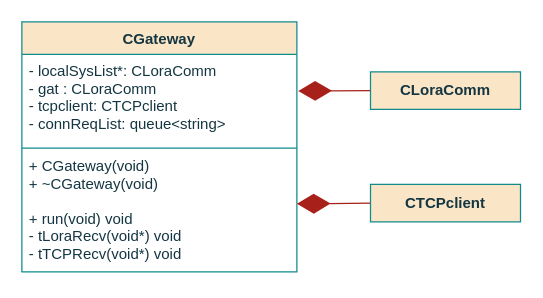
Earlier version of the draw.io diagram page "class" (1 of 5) of documentation/flowcharts/Gateway/CGateway.drawio (ESRGgroup9/slipad). Source tidied: cells renumbered, new cells numbered last; positions are measured from the earlier drawing's top-left corner, leaving out a move shared by most shapes. Both pictures are drawn from the tidied source at 125%, with x=0, y=0 at pixel (21, 21).
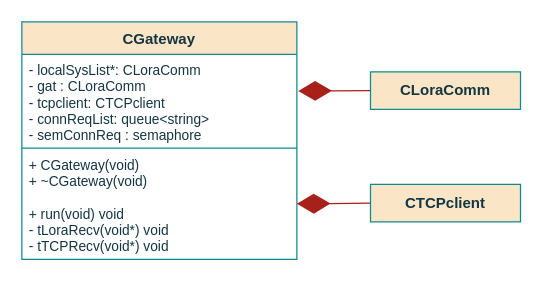
The same diagram, later.

What changed in the source:
```diff
@@
 <mxGraphModel>
   <root>
     <mxCell id="0" />
     <mxCell id="1" parent="0" />
     <mxCell id="2" value="CGateway" style="swimlane;fontStyle=1;align=center;verticalAlign=top;horizontal=1;startSize=26;fillColor=#FAE5C7;strokeColor=#0F8B8D;fontColor=#143642;" parent="1" vertex="1">
-      <mxGeometry width="220" height="200" as="geometry" />
+      <mxGeometry width="220" height="190" as="geometry" />
     </mxCell>
-    <mxCell id="3" value="- localSysList*: CLoraComm&#10;- gat : CLoraComm&#10;- tcpclient: CTCPclient&#10;- connReqList: queue&lt;string&gt;&#10;&#10;&#10;&#10;&#10;&#10;" style="text;strokeColor=none;fillColor=none;align=left;verticalAlign=top;spacingLeft=4;spacingRight=4;overflow=hidden;fontColor=#143642;fontStyle=0;" parent="2" vertex="1">
+    <mxCell id="3" value="- localSysList*: CLoraComm&#10;- gat : CLoraComm&#10;- tcpclient: CTCPclient&#10;- connReqList: queue&lt;string&gt;&#10;- semConnReq : semaphore&#10;&#10;&#10;&#10;&#10;&#10;&#10;" style="text;strokeColor=none;fillColor=none;align=left;verticalAlign=top;spacingLeft=4;spacingRight=4;overflow=hidden;fontColor=#143642;fontStyle=0;fontSize=11;" parent="2" vertex="1">
       <mxGeometry y="26" width="220" height="74" as="geometry" />
     </mxCell>
     <mxCell id="4" style="line;strokeWidth=1;fillColor=none;align=left;verticalAlign=middle;spacingTop=-1;spacingLeft=3;spacingRight=3;labelPosition=right;labelBackgroundColor=#DAD2D8;strokeColor=#0F8B8D;fontColor=#143642;" parent="2" vertex="1">
       <mxGeometry y="100" width="220" height="2" as="geometry" />
     </mxCell>
-    <mxCell id="5" value="+ CGateway(void)&#10;+ ~CGateway(void)&#10;&#10;+ run(void) void&#10;- tLoraRecv(void*) void&#10;- tTCPRecv(void*) void&#10;" style="text;strokeColor=none;fillColor=none;align=left;verticalAlign=top;spacingLeft=4;spacingRight=4;overflow=hidden;fontColor=#143642;" parent="2" vertex="1">
-      <mxGeometry y="102" width="220" height="98" as="geometry" />
+    <mxCell id="5" value="+ CGateway(void)&#10;+ ~CGateway(void)&#10;&#10;+ run(void) void&#10;- tLoraRecv(void*) void&#10;- tTCPRecv(void*) void&#10;" style="text;strokeColor=none;fillColor=none;align=left;verticalAlign=top;spacingLeft=4;spacingRight=4;overflow=hidden;fontColor=#143642;fontSize=11;" parent="2" vertex="1">
+      <mxGeometry y="102" width="220" height="88" as="geometry" />
     </mxCell>
     <mxCell id="6" style="endArrow=diamondThin;endFill=1;endSize=24;html=1;rounded=0;sketch=0;fontColor=#143642;strokeColor=#A8201A;fillColor=#FAE5C7;exitX=0;exitY=0.5;exitDx=0;exitDy=0;entryX=1.01;entryY=0.728;entryDx=0;entryDy=0;entryPerimeter=0;" parent="1" edge="1" source="7">
       <mxGeometry relative="1" as="geometry">
         <mxPoint x="221.1" y="55.3" as="targetPoint" />
       </mxGeometry>
     </mxCell>
     <mxCell id="7" value="CLoraComm" style="rounded=0;whiteSpace=wrap;html=1;sketch=0;fontColor=#143642;strokeColor=#0F8B8D;fillColor=#FAE5C7;fontStyle=1;" parent="1" vertex="1">
       <mxGeometry x="278.9" y="40" width="120" height="30" as="geometry" />
     </mxCell>
     <mxCell id="8" style="endArrow=diamondThin;endFill=1;endSize=24;html=1;rounded=0;sketch=0;fontColor=#143642;strokeColor=#A8201A;fillColor=#FAE5C7;exitX=0;exitY=0.5;exitDx=0;exitDy=0;entryX=1.005;entryY=0.442;entryDx=0;entryDy=0;entryPerimeter=0;" parent="1" edge="1">
       <mxGeometry relative="1" as="geometry">
         <mxPoint x="278.9" y="145" as="sourcePoint" />
         <mxPoint x="220" y="145.6" as="targetPoint" />
       </mxGeometry>
     </mxCell>
     <mxCell id="9" value="CTCPclient" style="rounded=0;whiteSpace=wrap;html=1;sketch=0;fontColor=#143642;strokeColor=#0F8B8D;fillColor=#FAE5C7;fontStyle=1;" parent="1" vertex="1">
       <mxGeometry x="278.9" y="130" width="120" height="30" as="geometry" />
     </mxCell>
   </root>
 </mxGraphModel>
```
